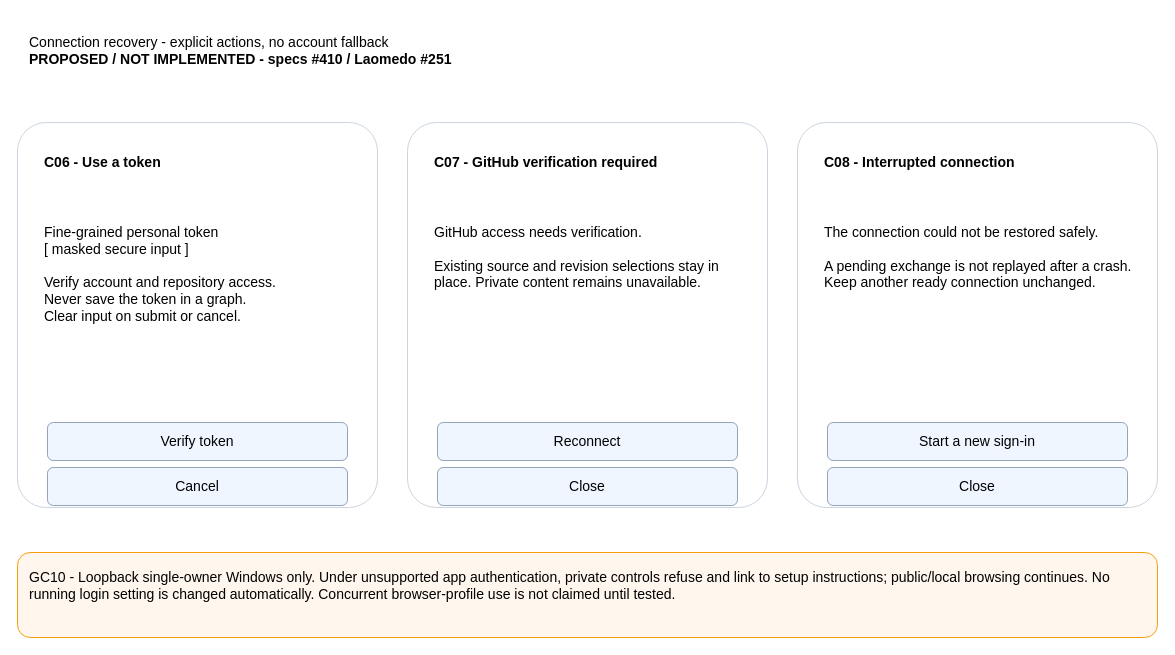
Above: page "Token and connection recovery" (3 of 8) of projects/laomedo/subsystems/agent-execution/design/github-account-connections.drawio in amadou-6e/specs (draw.io), before the change. Source tidied: cells renumbered, new cells numbered last; positions are measured from the earlier drawing's top-left corner, leaving out a move shared by most shapes. Both pictures are drawn from the tidied source at 100%, with x=0, y=0 at pixel (17, 17).
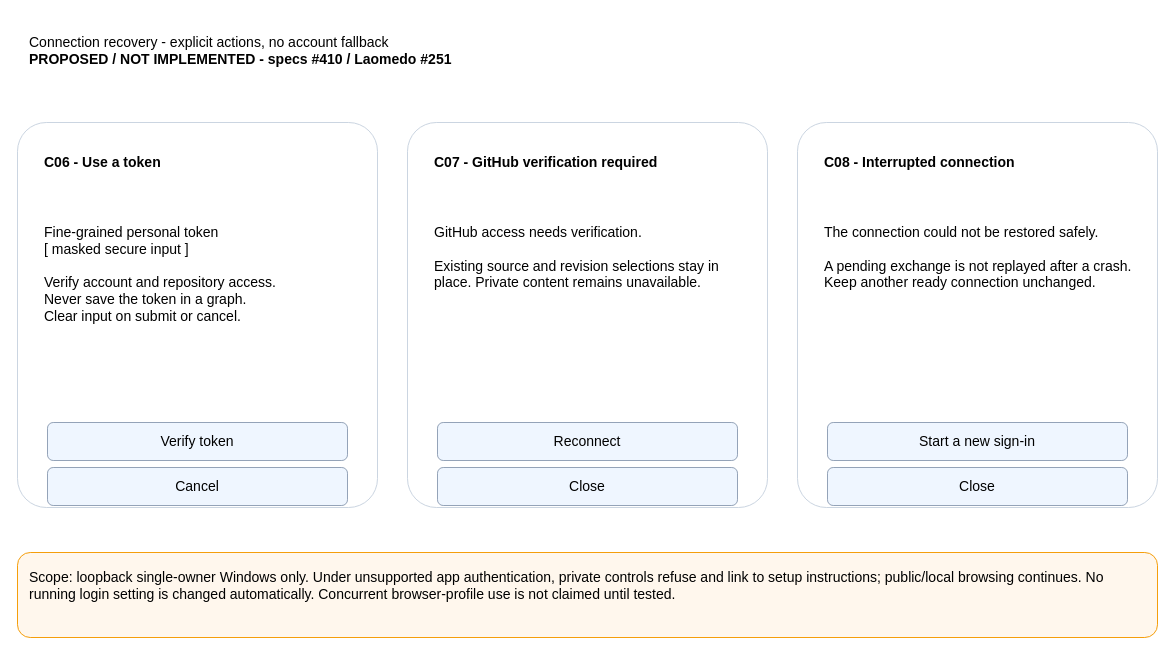
The same diagram, later.

Commit message (it also covers changes not shown here):
docs: complete private GitHub connection recovery design

Diff of the diagram source:
```diff
@@
 <mxGraphModel>
   <root>
     <mxCell id="0" />
     <mxCell id="1" parent="0" />
     <mxCell id="2" value="Connection recovery - explicit actions, no account fallback&lt;br/&gt;&lt;b&gt;PROPOSED / NOT IMPLEMENTED - specs #410 / Laomedo #251&lt;/b&gt;" style="whiteSpace=wrap;html=1;fontFamily=Arial;fontSize=14;align=left;verticalAlign=top;spacing=12;text;strokeColor=none;fillColor=none;" parent="1" vertex="1">
       <mxGeometry width="1140" height="80" as="geometry" />
     </mxCell>
     <mxCell id="3" style="whiteSpace=wrap;html=1;fontFamily=Arial;fontSize=14;align=left;verticalAlign=top;spacing=12;rounded=1;arcSize=8;fillColor=#FFFFFF;strokeColor=#CBD5E1;" parent="1" vertex="1">
       <mxGeometry y="105" width="360" height="385" as="geometry" />
     </mxCell>
     <mxCell id="4" value="&lt;b&gt;C06 - Use a token&lt;/b&gt;" style="whiteSpace=wrap;html=1;fontFamily=Arial;fontSize=14;align=left;verticalAlign=top;spacing=12;text;strokeColor=none;fillColor=none;" parent="1" vertex="1">
       <mxGeometry x="15" y="120" width="330" height="55" as="geometry" />
     </mxCell>
     <mxCell id="5" value="Fine-grained personal token&lt;br/&gt;[ masked secure input ]&lt;br/&gt;&lt;br/&gt;Verify account and repository access.&lt;br/&gt;Never save the token in a graph.&lt;br/&gt;Clear input on submit or cancel." style="whiteSpace=wrap;html=1;fontFamily=Arial;fontSize=14;align=left;verticalAlign=top;spacing=12;text;strokeColor=none;fillColor=none;" parent="1" vertex="1">
       <mxGeometry x="15" y="190" width="330" height="195" as="geometry" />
     </mxCell>
     <mxCell id="6" value="Verify token" style="whiteSpace=wrap;html=1;fontFamily=Arial;fontSize=14;align=left;verticalAlign=top;spacing=12;rounded=1;fillColor=#EFF6FF;strokeColor=#94A3B8;align=center;verticalAlign=middle;spacing=4;" parent="1" vertex="1">
       <mxGeometry x="30" y="405" width="300" height="38" as="geometry" />
     </mxCell>
     <mxCell id="7" value="Cancel" style="whiteSpace=wrap;html=1;fontFamily=Arial;fontSize=14;align=left;verticalAlign=top;spacing=12;rounded=1;fillColor=#EFF6FF;strokeColor=#94A3B8;align=center;verticalAlign=middle;spacing=4;" parent="1" vertex="1">
       <mxGeometry x="30" y="450" width="300" height="38" as="geometry" />
     </mxCell>
     <mxCell id="8" style="whiteSpace=wrap;html=1;fontFamily=Arial;fontSize=14;align=left;verticalAlign=top;spacing=12;rounded=1;arcSize=8;fillColor=#FFFFFF;strokeColor=#CBD5E1;" parent="1" vertex="1">
       <mxGeometry x="390" y="105" width="360" height="385" as="geometry" />
     </mxCell>
     <mxCell id="9" value="&lt;b&gt;C07 - GitHub verification required&lt;/b&gt;" style="whiteSpace=wrap;html=1;fontFamily=Arial;fontSize=14;align=left;verticalAlign=top;spacing=12;text;strokeColor=none;fillColor=none;" parent="1" vertex="1">
       <mxGeometry x="405" y="120" width="330" height="55" as="geometry" />
     </mxCell>
     <mxCell id="10" value="GitHub access needs verification.&lt;br/&gt;&lt;br/&gt;Existing source and revision selections stay in place. Private content remains unavailable." style="whiteSpace=wrap;html=1;fontFamily=Arial;fontSize=14;align=left;verticalAlign=top;spacing=12;text;strokeColor=none;fillColor=none;" parent="1" vertex="1">
       <mxGeometry x="405" y="190" width="330" height="195" as="geometry" />
     </mxCell>
     <mxCell id="11" value="Reconnect" style="whiteSpace=wrap;html=1;fontFamily=Arial;fontSize=14;align=left;verticalAlign=top;spacing=12;rounded=1;fillColor=#EFF6FF;strokeColor=#94A3B8;align=center;verticalAlign=middle;spacing=4;" parent="1" vertex="1">
       <mxGeometry x="420" y="405" width="300" height="38" as="geometry" />
     </mxCell>
     <mxCell id="12" value="Close" style="whiteSpace=wrap;html=1;fontFamily=Arial;fontSize=14;align=left;verticalAlign=top;spacing=12;rounded=1;fillColor=#EFF6FF;strokeColor=#94A3B8;align=center;verticalAlign=middle;spacing=4;" parent="1" vertex="1">
       <mxGeometry x="420" y="450" width="300" height="38" as="geometry" />
     </mxCell>
     <mxCell id="13" style="whiteSpace=wrap;html=1;fontFamily=Arial;fontSize=14;align=left;verticalAlign=top;spacing=12;rounded=1;arcSize=8;fillColor=#FFFFFF;strokeColor=#CBD5E1;" parent="1" vertex="1">
       <mxGeometry x="780" y="105" width="360" height="385" as="geometry" />
     </mxCell>
     <mxCell id="14" value="&lt;b&gt;C08 - Interrupted connection&lt;/b&gt;" style="whiteSpace=wrap;html=1;fontFamily=Arial;fontSize=14;align=left;verticalAlign=top;spacing=12;text;strokeColor=none;fillColor=none;" parent="1" vertex="1">
       <mxGeometry x="795" y="120" width="330" height="55" as="geometry" />
     </mxCell>
     <mxCell id="15" value="The connection could not be restored safely.&lt;br/&gt;&lt;br/&gt;A pending exchange is not replayed after a crash. Keep another ready connection unchanged." style="whiteSpace=wrap;html=1;fontFamily=Arial;fontSize=14;align=left;verticalAlign=top;spacing=12;text;strokeColor=none;fillColor=none;" parent="1" vertex="1">
       <mxGeometry x="795" y="190" width="330" height="195" as="geometry" />
     </mxCell>
     <mxCell id="16" value="Start a new sign-in" style="whiteSpace=wrap;html=1;fontFamily=Arial;fontSize=14;align=left;verticalAlign=top;spacing=12;rounded=1;fillColor=#EFF6FF;strokeColor=#94A3B8;align=center;verticalAlign=middle;spacing=4;" parent="1" vertex="1">
       <mxGeometry x="810" y="405" width="300" height="38" as="geometry" />
     </mxCell>
     <mxCell id="17" value="Close" style="whiteSpace=wrap;html=1;fontFamily=Arial;fontSize=14;align=left;verticalAlign=top;spacing=12;rounded=1;fillColor=#EFF6FF;strokeColor=#94A3B8;align=center;verticalAlign=middle;spacing=4;" parent="1" vertex="1">
       <mxGeometry x="810" y="450" width="300" height="38" as="geometry" />
     </mxCell>
-    <mxCell id="18" value="GC10 - Loopback single-owner Windows only. Under unsupported app authentication, private controls refuse and link to setup instructions; public/local browsing continues. No running login setting is changed automatically. Concurrent browser-profile use is not claimed until tested." style="whiteSpace=wrap;html=1;fontFamily=Arial;fontSize=14;align=left;verticalAlign=top;spacing=12;rounded=1;fillColor=#FFF7ED;strokeColor=#F59E0B;" parent="1" vertex="1">
+    <mxCell id="18" value="Scope: loopback single-owner Windows only. Under unsupported app authentication, private controls refuse and link to setup instructions; public/local browsing continues. No running login setting is changed automatically. Concurrent browser-profile use is not claimed until tested." style="whiteSpace=wrap;html=1;fontFamily=Arial;fontSize=14;align=left;verticalAlign=top;spacing=12;rounded=1;fillColor=#FFF7ED;strokeColor=#F59E0B;" parent="1" vertex="1">
       <mxGeometry y="535" width="1140" height="85" as="geometry" />
     </mxCell>
   </root>
 </mxGraphModel>
```
